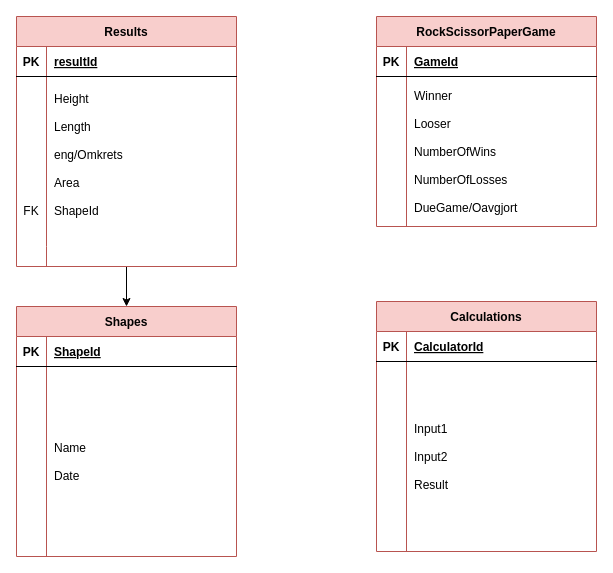
This is ProjectOneDiagram.drawio from Malinwtz/MalinsProjectVT23, a draw.io file, before an edit. Source tidied: cells renumbered, new cells numbered last; positions are measured from the earlier drawing's top-left corner, leaving out a move shared by most shapes. Both pictures are drawn from the tidied source at 100%, with x=0, y=0 at pixel (16, 16).
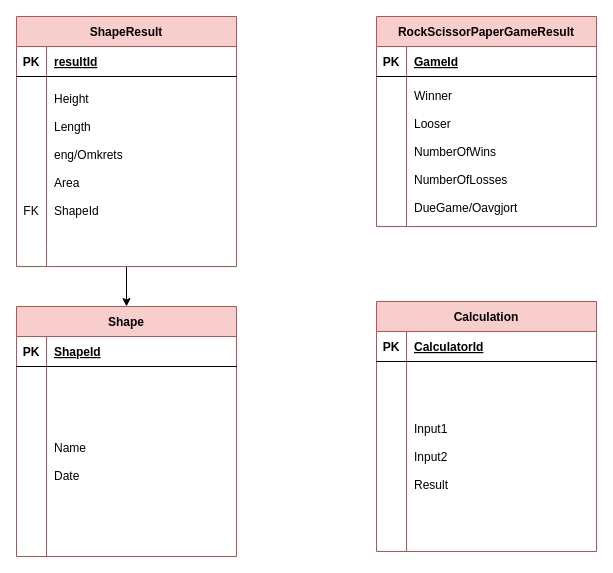
Above is the later version.

Commit message (it also covers changes not shown here):
#12 Created data folder and classes in folder: Calculation, Shape, ShapeResults and RockScissorPaperGame

The edit, as a diff of the source:
```diff
@@
-    <mxCell id="3" value="Results" style="shape=table;startSize=30;childLayout=tableLayout;rowLines=0;fontStyle=1;align=center;fillColor=#f8cecc;strokeColor=#b85450;" parent="1" vertex="1">
+    <mxCell id="3" value="ShapeResult" style="shape=table;startSize=30;childLayout=tableLayout;rowLines=0;fontStyle=1;align=center;fillColor=#f8cecc;strokeColor=#b85450;" parent="1" vertex="1">
       <mxGeometry width="220" height="250" as="geometry" />
     </mxCell>
@@
-    <mxCell id="13" value="Shapes" style="shape=table;startSize=30;childLayout=tableLayout;rowLines=0;fontStyle=1;align=center;fillColor=#f8cecc;strokeColor=#b85450;" parent="1" vertex="1">
+    <mxCell id="13" value="Shape" style="shape=table;startSize=30;childLayout=tableLayout;rowLines=0;fontStyle=1;align=center;fillColor=#f8cecc;strokeColor=#b85450;" parent="1" vertex="1">
       <mxGeometry y="290" width="220" height="250" as="geometry" />
     </mxCell>
@@
-    <mxCell id="22" value="RockScissorPaperGame" style="shape=table;startSize=30;childLayout=tableLayout;rowLines=0;fontStyle=1;align=center;fillColor=#f8cecc;strokeColor=#b85450;" parent="1" vertex="1">
+    <mxCell id="22" value="RockScissorPaperGameResult" style="shape=table;startSize=30;childLayout=tableLayout;rowLines=0;fontStyle=1;align=center;fillColor=#f8cecc;strokeColor=#b85450;" parent="1" vertex="1">
       <mxGeometry x="360" width="220" height="210" as="geometry" />
     </mxCell>
@@
-    <mxCell id="29" value="Calculations" style="shape=table;startSize=30;childLayout=tableLayout;rowLines=0;fontStyle=1;align=center;fillColor=#f8cecc;strokeColor=#b85450;" parent="1" vertex="1">
+    <mxCell id="29" value="Calculation" style="shape=table;startSize=30;childLayout=tableLayout;rowLines=0;fontStyle=1;align=center;fillColor=#f8cecc;strokeColor=#b85450;" parent="1" vertex="1">
       <mxGeometry x="360" y="285" width="220" height="250" as="geometry" />
     </mxCell>
```
